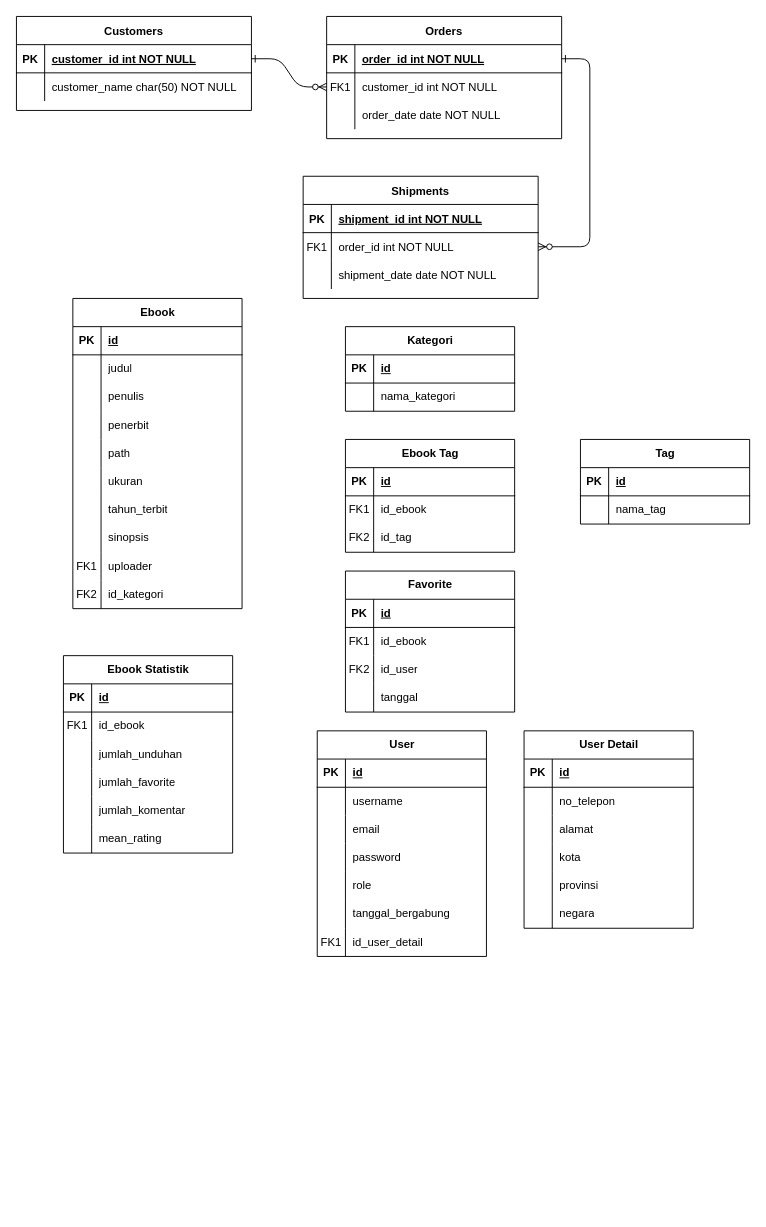
zaenal-abidin-syah/diagram keeps this draw.io diagram as ebshare-fix.drawio. Above is the earlier version. Source tidied: cells renumbered, new cells numbered last; positions are measured from the earlier drawing's top-left corner, leaving out a move shared by most shapes. Both pictures are drawn from the tidied source at 94%, with x=0, y=0 at pixel (16, 16).
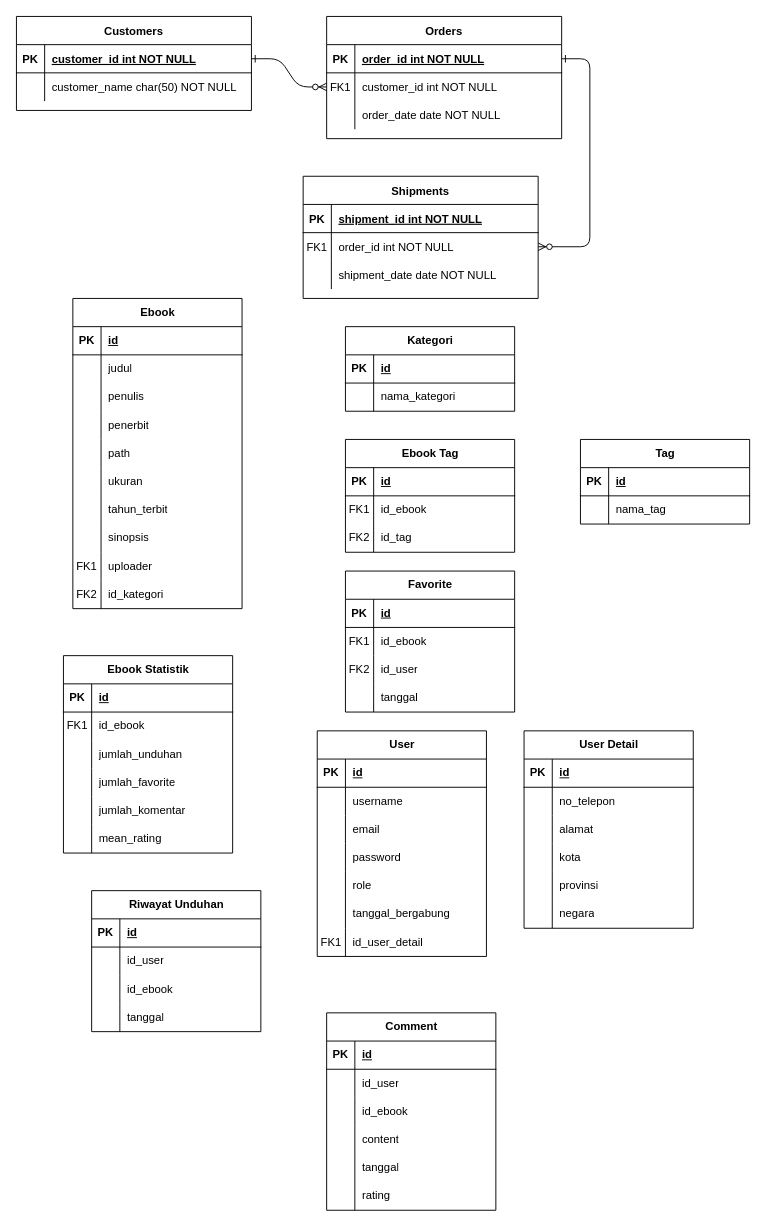
The same page after the edit.

Diff of the diagram source:
```diff
@@
+    <mxCell id="159" value="Riwayat Unduhan" style="shape=table;startSize=30;childLayout=tableLayout;rowLines=0;fontStyle=1;align=center;html=1;" parent="1" vertex="1">
+      <mxGeometry x="80" y="930" width="180" height="150" as="geometry" />
+    </mxCell>
+    <mxCell id="160" style="shape=tableRow;horizontal=0;startSize=0;swimlaneHead=0;swimlaneBody=0;fillColor=none;top=0;left=0;right=0;bottom=1;" parent="159" vertex="1">
+      <mxGeometry y="30" width="180" height="30" as="geometry" />
+    </mxCell>
+    <mxCell id="161" value="PK" style="shape=partialRectangle;fillColor=none;top=0;left=0;bottom=0;right=0;fontStyle=1;overflow=hidden;whiteSpace=wrap;html=1;" parent="160" vertex="1">
+      <mxGeometry width="30" height="30" as="geometry" />
+    </mxCell>
+    <mxCell id="162" value="id" style="shape=partialRectangle;fillColor=none;top=0;left=0;bottom=0;right=0;align=left;spacingLeft=6;fontStyle=5;overflow=hidden;whiteSpace=wrap;html=1;" parent="160" vertex="1">
+      <mxGeometry x="30" width="150" height="30" as="geometry" />
+    </mxCell>
+    <mxCell id="163" style="shape=tableRow;horizontal=0;startSize=0;swimlaneHead=0;swimlaneBody=0;fillColor=none;top=0;left=0;right=0;bottom=0;" parent="159" vertex="1">
+      <mxGeometry y="60" width="180" height="30" as="geometry" />
+    </mxCell>
+    <mxCell id="164" style="shape=partialRectangle;fillColor=none;top=0;left=0;bottom=0;right=0;overflow=hidden;whiteSpace=wrap;html=1;" parent="163" vertex="1">
+      <mxGeometry width="30" height="30" as="geometry" />
+    </mxCell>
+    <mxCell id="165" value="id_user" style="shape=partialRectangle;fillColor=none;top=0;left=0;bottom=0;right=0;align=left;spacingLeft=6;overflow=hidden;whiteSpace=wrap;html=1;" parent="163" vertex="1">
+      <mxGeometry x="30" width="150" height="30" as="geometry" />
+    </mxCell>
+    <mxCell id="166" style="shape=tableRow;horizontal=0;startSize=0;swimlaneHead=0;swimlaneBody=0;fillColor=none;top=0;left=0;right=0;bottom=0;" parent="159" vertex="1">
+      <mxGeometry y="90" width="180" height="30" as="geometry" />
+    </mxCell>
+    <mxCell id="167" style="shape=partialRectangle;fillColor=none;top=0;left=0;bottom=0;right=0;overflow=hidden;whiteSpace=wrap;html=1;" parent="166" vertex="1">
+      <mxGeometry width="30" height="30" as="geometry" />
+    </mxCell>
+    <mxCell id="168" value="id_ebook" style="shape=partialRectangle;fillColor=none;top=0;left=0;bottom=0;right=0;align=left;spacingLeft=6;overflow=hidden;whiteSpace=wrap;html=1;" parent="166" vertex="1">
+      <mxGeometry x="30" width="150" height="30" as="geometry" />
+    </mxCell>
+    <mxCell id="169" style="shape=tableRow;horizontal=0;startSize=0;swimlaneHead=0;swimlaneBody=0;fillColor=none;top=0;left=0;right=0;bottom=0;" parent="159" vertex="1">
+      <mxGeometry y="120" width="180" height="30" as="geometry" />
+    </mxCell>
+    <mxCell id="170" style="shape=partialRectangle;fillColor=none;top=0;left=0;bottom=0;right=0;overflow=hidden;whiteSpace=wrap;html=1;" parent="169" vertex="1">
+      <mxGeometry width="30" height="30" as="geometry" />
+    </mxCell>
+    <mxCell id="171" value="tanggal" style="shape=partialRectangle;fillColor=none;top=0;left=0;bottom=0;right=0;align=left;spacingLeft=6;overflow=hidden;whiteSpace=wrap;html=1;" parent="169" vertex="1">
+      <mxGeometry x="30" width="150" height="30" as="geometry" />
+    </mxCell>
+    <mxCell id="172" value="Comment" style="shape=table;startSize=30;childLayout=tableLayout;rowLines=0;fontStyle=1;align=center;html=1;" parent="1" vertex="1">
+      <mxGeometry x="330" y="1060" width="180" height="210" as="geometry" />
+    </mxCell>
+    <mxCell id="173" style="shape=tableRow;horizontal=0;startSize=0;swimlaneHead=0;swimlaneBody=0;fillColor=none;top=0;left=0;right=0;bottom=1;" parent="172" vertex="1">
+      <mxGeometry y="30" width="180" height="30" as="geometry" />
+    </mxCell>
+    <mxCell id="174" value="PK" style="shape=partialRectangle;fillColor=none;top=0;left=0;bottom=0;right=0;fontStyle=1;overflow=hidden;whiteSpace=wrap;html=1;" parent="173" vertex="1">
+      <mxGeometry width="30" height="30" as="geometry" />
+    </mxCell>
+    <mxCell id="175" value="id" style="shape=partialRectangle;fillColor=none;top=0;left=0;bottom=0;right=0;align=left;spacingLeft=6;fontStyle=5;overflow=hidden;whiteSpace=wrap;html=1;" parent="173" vertex="1">
+      <mxGeometry x="30" width="150" height="30" as="geometry" />
+    </mxCell>
+    <mxCell id="176" style="shape=tableRow;horizontal=0;startSize=0;swimlaneHead=0;swimlaneBody=0;fillColor=none;top=0;left=0;right=0;bottom=0;" parent="172" vertex="1">
+      <mxGeometry y="60" width="180" height="30" as="geometry" />
+    </mxCell>
+    <mxCell id="177" style="shape=partialRectangle;fillColor=none;top=0;left=0;bottom=0;right=0;overflow=hidden;whiteSpace=wrap;html=1;" parent="176" vertex="1">
+      <mxGeometry width="30" height="30" as="geometry" />
+    </mxCell>
+    <mxCell id="178" value="id_user" style="shape=partialRectangle;fillColor=none;top=0;left=0;bottom=0;right=0;align=left;spacingLeft=6;overflow=hidden;whiteSpace=wrap;html=1;" parent="176" vertex="1">
+      <mxGeometry x="30" width="150" height="30" as="geometry" />
+    </mxCell>
+    <mxCell id="179" style="shape=tableRow;horizontal=0;startSize=0;swimlaneHead=0;swimlaneBody=0;fillColor=none;top=0;left=0;right=0;bottom=0;" parent="172" vertex="1">
+      <mxGeometry y="90" width="180" height="30" as="geometry" />
+    </mxCell>
+    <mxCell id="180" style="shape=partialRectangle;fillColor=none;top=0;left=0;bottom=0;right=0;overflow=hidden;whiteSpace=wrap;html=1;" parent="179" vertex="1">
+      <mxGeometry width="30" height="30" as="geometry" />
+    </mxCell>
+    <mxCell id="181" value="id_ebook" style="shape=partialRectangle;fillColor=none;top=0;left=0;bottom=0;right=0;align=left;spacingLeft=6;overflow=hidden;whiteSpace=wrap;html=1;" parent="179" vertex="1">
+      <mxGeometry x="30" width="150" height="30" as="geometry" />
+    </mxCell>
+    <mxCell id="182" style="shape=tableRow;horizontal=0;startSize=0;swimlaneHead=0;swimlaneBody=0;fillColor=none;top=0;left=0;right=0;bottom=0;" parent="172" vertex="1">
+      <mxGeometry y="120" width="180" height="30" as="geometry" />
+    </mxCell>
+    <mxCell id="183" style="shape=partialRectangle;fillColor=none;top=0;left=0;bottom=0;right=0;overflow=hidden;whiteSpace=wrap;html=1;" parent="182" vertex="1">
+      <mxGeometry width="30" height="30" as="geometry" />
+    </mxCell>
+    <mxCell id="184" value="content" style="shape=partialRectangle;fillColor=none;top=0;left=0;bottom=0;right=0;align=left;spacingLeft=6;overflow=hidden;whiteSpace=wrap;html=1;" parent="182" vertex="1">
+      <mxGeometry x="30" width="150" height="30" as="geometry" />
+    </mxCell>
+    <mxCell id="185" style="shape=tableRow;horizontal=0;startSize=0;swimlaneHead=0;swimlaneBody=0;fillColor=none;top=0;left=0;right=0;bottom=0;" parent="172" vertex="1">
+      <mxGeometry y="150" width="180" height="30" as="geometry" />
+    </mxCell>
+    <mxCell id="186" style="shape=partialRectangle;fillColor=none;top=0;left=0;bottom=0;right=0;overflow=hidden;whiteSpace=wrap;html=1;" parent="185" vertex="1">
+      <mxGeometry width="30" height="30" as="geometry" />
+    </mxCell>
+    <mxCell id="187" value="tanggal" style="shape=partialRectangle;fillColor=none;top=0;left=0;bottom=0;right=0;align=left;spacingLeft=6;overflow=hidden;whiteSpace=wrap;html=1;" parent="185" vertex="1">
+      <mxGeometry x="30" width="150" height="30" as="geometry" />
+    </mxCell>
+    <mxCell id="188" style="shape=tableRow;horizontal=0;startSize=0;swimlaneHead=0;swimlaneBody=0;fillColor=none;top=0;left=0;right=0;bottom=0;" parent="172" vertex="1">
+      <mxGeometry y="180" width="180" height="30" as="geometry" />
+    </mxCell>
+    <mxCell id="189" style="shape=partialRectangle;fillColor=none;top=0;left=0;bottom=0;right=0;overflow=hidden;whiteSpace=wrap;html=1;" parent="188" vertex="1">
+      <mxGeometry width="30" height="30" as="geometry" />
+    </mxCell>
+    <mxCell id="190" value="rating" style="shape=partialRectangle;fillColor=none;top=0;left=0;bottom=0;right=0;align=left;spacingLeft=6;overflow=hidden;whiteSpace=wrap;html=1;" parent="188" vertex="1">
+      <mxGeometry x="30" width="150" height="30" as="geometry" />
+    </mxCell>
```
